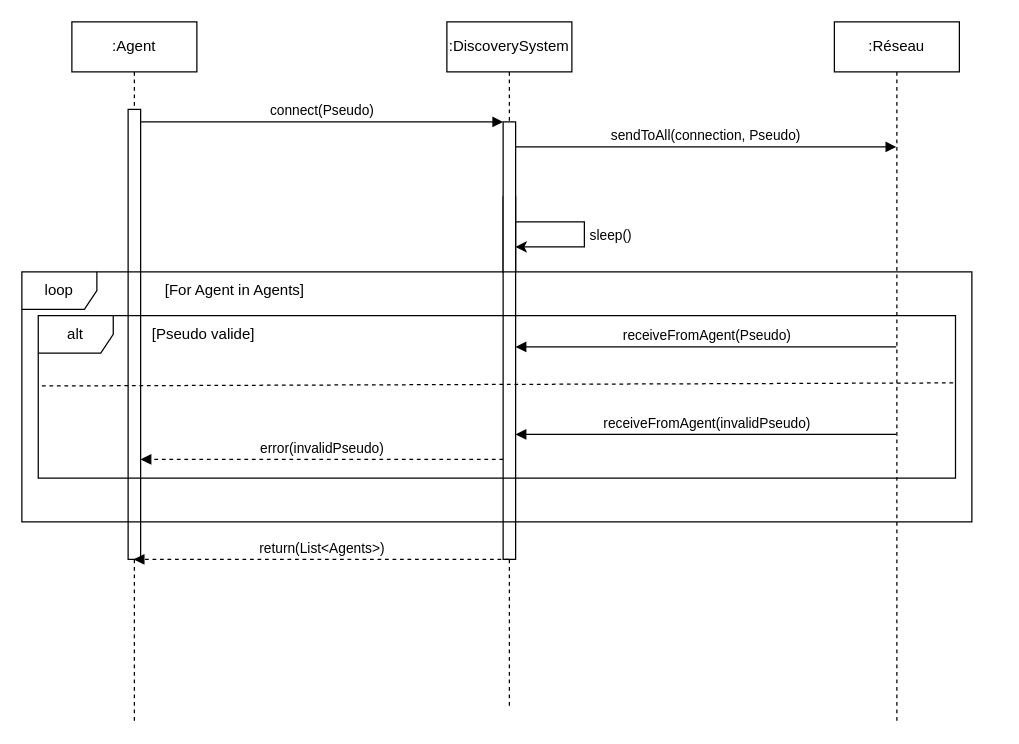
Before: conception/SequenceDiagramDiscoverySystemConnection.drawio in insa-4ir-chatsystem/chatsystem-billard-slamnia, a draw.io diagram. Source tidied: cells renumbered, new cells numbered last; positions are measured from the earlier drawing's top-left corner, leaving out a move shared by most shapes. Both pictures are drawn from the tidied source at 125%, with x=0, y=0 at pixel (21, 21).
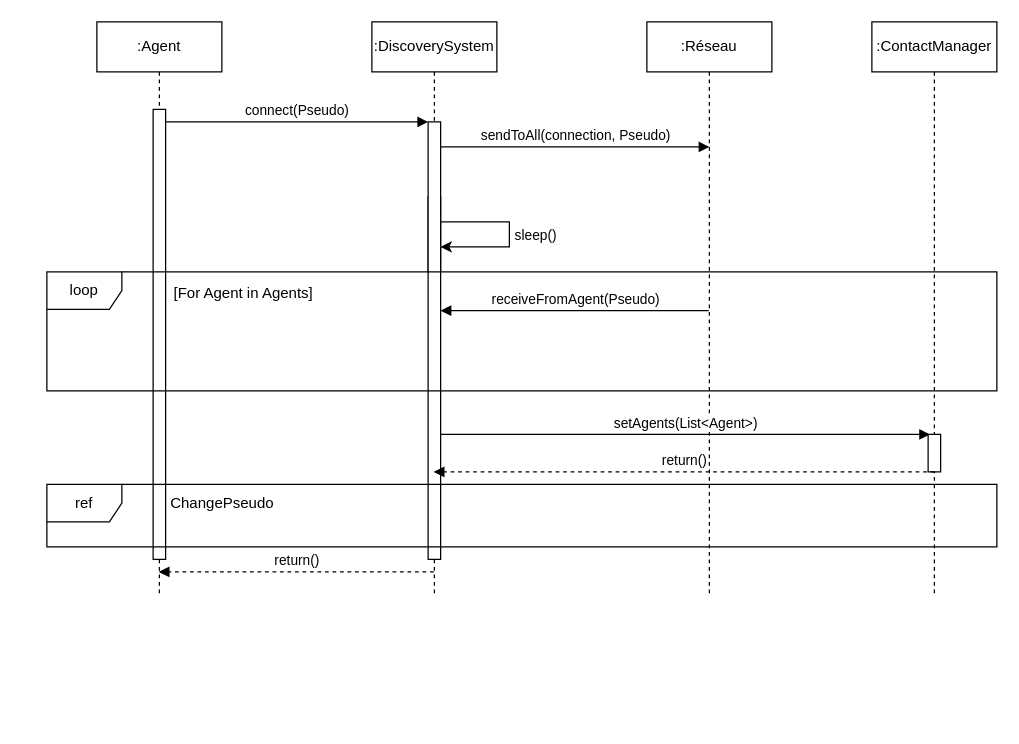
After the change.

Commit message:
Mettre à jour SequenceDiagramDiscoverySystemConnection.drawio

The change refers to these unchanged cells:
```xml
<mxCell id="4" style="html=1;points=[];perimeter=orthogonalPerimeter;outlineConnect=0;targetShapes=umlLifeline;portConstraint=eastwest;newEdgeStyle={&quot;edgeStyle&quot;:&quot;elbowEdgeStyle&quot;,&quot;elbow&quot;:&quot;vertical&quot;,&quot;curved&quot;:0,&quot;rounded&quot;:0};" parent="3" vertex="1">
  <mxGeometry x="45" y="70" width="10" height="360" as="geometry" />
</mxCell>
<mxCell id="6" style="html=1;points=[];perimeter=orthogonalPerimeter;outlineConnect=0;targetShapes=umlLifeline;portConstraint=eastwest;newEdgeStyle={&quot;edgeStyle&quot;:&quot;elbowEdgeStyle&quot;,&quot;elbow&quot;:&quot;vertical&quot;,&quot;curved&quot;:0,&quot;rounded&quot;:0};" parent="5" vertex="1">
  <mxGeometry x="45" y="80" width="10" height="350" as="geometry" />
</mxCell>
```

Diff of the diagram source:
```diff
@@
     <mxCell id="2" style="html=1;points=[];perimeter=orthogonalPerimeter;outlineConnect=0;targetShapes=umlLifeline;portConstraint=eastwest;newEdgeStyle={&quot;edgeStyle&quot;:&quot;elbowEdgeStyle&quot;,&quot;elbow&quot;:&quot;vertical&quot;,&quot;curved&quot;:0,&quot;rounded&quot;:0};" parent="1" vertex="1">
-      <mxGeometry x="385" y="140" width="10" height="60" as="geometry" />
+      <mxGeometry x="325" y="140" width="10" height="60" as="geometry" />
     </mxCell>
     <mxCell id="3" value=":Agent" style="shape=umlLifeline;perimeter=lifelinePerimeter;whiteSpace=wrap;html=1;outlineConnect=0;portConstraint=eastwest;newEdgeStyle={&quot;edgeStyle&quot;:&quot;elbowEdgeStyle&quot;,&quot;elbow&quot;:&quot;vertical&quot;,&quot;curved&quot;:0,&quot;rounded&quot;:0};" parent="1" vertex="1">
-      <mxGeometry x="40" width="100" height="560" as="geometry" />
+      <mxGeometry x="60" width="100" height="460" as="geometry" />
     </mxCell>
@@
     <mxCell id="5" value=":DiscoverySystem" style="shape=umlLifeline;perimeter=lifelinePerimeter;whiteSpace=wrap;html=1;outlineConnect=0;portConstraint=eastwest;newEdgeStyle={&quot;edgeStyle&quot;:&quot;elbowEdgeStyle&quot;,&quot;elbow&quot;:&quot;vertical&quot;,&quot;curved&quot;:0,&quot;rounded&quot;:0};" parent="1" vertex="1">
-      <mxGeometry x="340" width="100" height="550" as="geometry" />
+      <mxGeometry x="280" width="100" height="460" as="geometry" />
     </mxCell>
@@
     <mxCell id="7" value="connect(Pseudo)" style="html=1;verticalAlign=bottom;endArrow=block;edgeStyle=elbowEdgeStyle;elbow=vertical;curved=0;rounded=0;" parent="1" edge="1" source="4" target="6">
       <mxGeometry relative="1" as="geometry">
         <Array as="points">
-          <mxPoint x="180" y="80" />
+          <mxPoint x="200" y="80" />
         </Array>
       </mxGeometry>
     </mxCell>
     <mxCell id="8" value=":Réseau" style="shape=umlLifeline;perimeter=lifelinePerimeter;whiteSpace=wrap;html=1;outlineConnect=0;portConstraint=eastwest;newEdgeStyle={&quot;edgeStyle&quot;:&quot;elbowEdgeStyle&quot;,&quot;elbow&quot;:&quot;vertical&quot;,&quot;curved&quot;:0,&quot;rounded&quot;:0};" parent="1" vertex="1">
-      <mxGeometry x="650" width="100" height="560" as="geometry" />
+      <mxGeometry x="500" width="100" height="460" as="geometry" />
     </mxCell>
     <mxCell id="9" value="sendToAll(connection, Pseudo)" style="html=1;verticalAlign=bottom;endArrow=block;edgeStyle=elbowEdgeStyle;elbow=vertical;curved=0;rounded=0;" parent="1" edge="1">
       <mxGeometry relative="1" as="geometry">
-        <mxPoint x="395" y="100" as="sourcePoint" />
-        <mxPoint x="699.5" y="100" as="targetPoint" />
+        <mxPoint x="335" y="100" as="sourcePoint" />
+        <mxPoint x="550" y="100" as="targetPoint" />
         <Array as="points">
-          <mxPoint x="485" y="100" />
+          <mxPoint x="425" y="100" />
         </Array>
       </mxGeometry>
     </mxCell>
     <mxCell id="10" style="endArrow=classic;html=1;rounded=0;elbow=vertical;" parent="1" edge="1" source="2" target="2">
       <mxGeometry relative="1" as="geometry">
         <Array as="points">
-          <mxPoint x="450" y="170" />
+          <mxPoint x="390" y="170" />
         </Array>
       </mxGeometry>
     </mxCell>
@@
     <mxCell id="12" style="group;" parent="1" vertex="1">
-      <mxGeometry y="200" width="760" height="210" as="geometry" />
+      <mxGeometry x="20" y="200" width="760" height="100" as="geometry" />
     </mxCell>
     <mxCell id="13" value="loop" style="shape=umlFrame;whiteSpace=wrap;html=1;" parent="12" vertex="1">
-      <mxGeometry width="760" height="200" as="geometry" />
+      <mxGeometry width="760" height="95.2" as="geometry" />
     </mxCell>
-    <mxCell id="14" value="[For Agent in Agents]" style="text;html=1;align=center;verticalAlign=middle;strokeColor=none;fillColor=none;" parent="12" vertex="1">
-      <mxGeometry x="78.6" width="183.4" height="30" as="geometry" />
-    </mxCell>
     <mxCell id="15" style="group;" parent="12" vertex="1">
-      <mxGeometry width="760" height="210" as="geometry" />
+      <mxGeometry width="760" height="100" as="geometry" />
     </mxCell>
     <mxCell id="16" style="line;strokeWidth=1;fillColor=none;align=left;verticalAlign=middle;spacingTop=-1;spacingLeft=3;spacingRight=3;labelPosition=right;strokeColor=inherit;" parent="15" vertex="1">
-      <mxGeometry x="117.9" y="96" width="131" height="8" as="geometry" />
+      <mxGeometry x="117.9" y="45.7" width="131" height="3.8" as="geometry" />
     </mxCell>
-    <mxCell id="17" value="alt" style="shape=umlFrame;whiteSpace=wrap;html=1;" parent="15" vertex="1">
-      <mxGeometry x="13.1" y="35" width="733.8" height="130" as="geometry" />
-    </mxCell>
-    <mxCell id="18" style="endArrow=none;html=1;rounded=0;exitX=0.004;exitY=0.433;exitDx=0;exitDy=0;exitPerimeter=0;entryX=0.998;entryY=0.414;entryDx=0;entryDy=0;entryPerimeter=0;dashed=1;strokeWidth=1;" parent="15" edge="1" source="17" target="17">
-      <mxGeometry relative="1" as="geometry" />
-    </mxCell>
-    <mxCell id="19" value="[Pseudo valide]" style="text;html=1;align=center;verticalAlign=middle;strokeColor=none;fillColor=none;" parent="15" vertex="1">
-      <mxGeometry x="90" y="35" width="110" height="30" as="geometry" />
-    </mxCell>
-    <mxCell id="20" value="receiveFromAgent(invalidPseudo)" style="html=1;verticalAlign=bottom;endArrow=block;edgeStyle=elbowEdgeStyle;elbow=vertical;curved=0;rounded=0;" parent="1" edge="1" source="8" target="6">
-      <mxGeometry relative="1" as="geometry">
-        <Array as="points">
-          <mxPoint x="605.3" y="330" />
-        </Array>
-      </mxGeometry>
-    </mxCell>
+    <mxCell id="14" value="[For Agent in Agents]" style="text;html=1;align=center;verticalAlign=middle;strokeColor=none;fillColor=none;" parent="15" vertex="1">
+      <mxGeometry x="65.5" y="10" width="183.4" height="14.3" as="geometry" />
+    </mxCell>
-    <mxCell id="21" value="return(List&amp;lt;Agents&amp;gt;)" style="html=1;verticalAlign=bottom;endArrow=block;edgeStyle=elbowEdgeStyle;elbow=vertical;curved=0;rounded=0;dashed=1;" parent="1" edge="1" source="5" target="3">
+    <mxCell id="21" value="return()" style="html=1;verticalAlign=bottom;endArrow=block;edgeStyle=elbowEdgeStyle;elbow=vertical;curved=0;rounded=0;dashed=1;" parent="1" edge="1" source="5" target="3">
       <mxGeometry relative="1" as="geometry">
         <Array as="points">
-          <mxPoint x="240" y="430" />
+          <mxPoint x="265.5" y="440" />
         </Array>
       </mxGeometry>
     </mxCell>
+    <mxCell id="24" value=":ContactManager" style="shape=umlLifeline;perimeter=lifelinePerimeter;whiteSpace=wrap;html=1;newEdgeStyle={&quot;edgeStyle&quot;:&quot;elbowEdgeStyle&quot;,&quot;elbow&quot;:&quot;vertical&quot;,&quot;curved&quot;:0,&quot;rounded&quot;:0};" parent="1" vertex="1">
+      <mxGeometry x="680" width="100" height="460" as="geometry" />
+    </mxCell>
+    <mxCell id="25" style="html=1;perimeter=orthogonalPerimeter;targetShapes=umlLifeline;newEdgeStyle={&quot;edgeStyle&quot;:&quot;elbowEdgeStyle&quot;,&quot;elbow&quot;:&quot;vertical&quot;,&quot;curved&quot;:0,&quot;rounded&quot;:0};" parent="24" vertex="1">
+      <mxGeometry x="45" y="330" width="10" height="30" as="geometry" />
+    </mxCell>
+    <mxCell id="26" value="&lt;div&gt;setAgents(List&amp;lt;Agent&amp;gt;)&lt;/div&gt;" style="html=1;verticalAlign=bottom;endArrow=block;edgeStyle=elbowEdgeStyle;elbow=vertical;curved=0;rounded=0;" parent="1" edge="1">
+      <mxGeometry relative="1" as="geometry">
+        <mxPoint x="335" y="330" as="sourcePoint" />
+        <mxPoint x="726.5" y="330" as="targetPoint" />
+        <Array as="points">
+          <mxPoint x="425" y="330" />
+        </Array>
+      </mxGeometry>
+    </mxCell>
+    <mxCell id="27" value="&lt;div&gt;ref&lt;/div&gt;" style="shape=umlFrame;whiteSpace=wrap;html=1;" parent="1" vertex="1">
+      <mxGeometry x="20" y="370" width="760" height="50" as="geometry" />
+    </mxCell>
+    <mxCell id="28" value="ChangePseudo" style="text;html=1;align=center;verticalAlign=middle;strokeColor=none;fillColor=none;" parent="1" vertex="1">
+      <mxGeometry x="105" y="370" width="110" height="30" as="geometry" />
+    </mxCell>
+    <mxCell id="29" value="return()" style="html=1;verticalAlign=bottom;endArrow=block;edgeStyle=elbowEdgeStyle;elbow=vertical;curved=0;rounded=0;dashed=1;" parent="1" edge="1" target="5">
+      <mxGeometry relative="1" as="geometry">
+        <mxPoint x="730" y="360" as="sourcePoint" />
+        <Array as="points">
+          <mxPoint x="660.5" y="360" />
+        </Array>
+      </mxGeometry>
+    </mxCell>
     <mxCell id="22" value="receiveFromAgent(Pseudo)" style="html=1;verticalAlign=bottom;endArrow=block;edgeStyle=elbowEdgeStyle;elbow=vertical;curved=0;rounded=0;" parent="1" edge="1" source="8" target="6">
       <mxGeometry relative="1" as="geometry">
         <Array as="points">
-          <mxPoint x="561.8" y="260" />
+          <mxPoint x="450" y="231" />
         </Array>
       </mxGeometry>
     </mxCell>
-    <mxCell id="23" value="error(invalidPseudo)" style="html=1;verticalAlign=bottom;endArrow=block;edgeStyle=elbowEdgeStyle;elbow=vertical;curved=0;rounded=0;dashed=1;" parent="1" edge="1" source="6" target="4">
-      <mxGeometry relative="1" as="geometry">
-        <Array as="points">
-          <mxPoint x="240" y="350" />
-        </Array>
-      </mxGeometry>
-    </mxCell>
```
